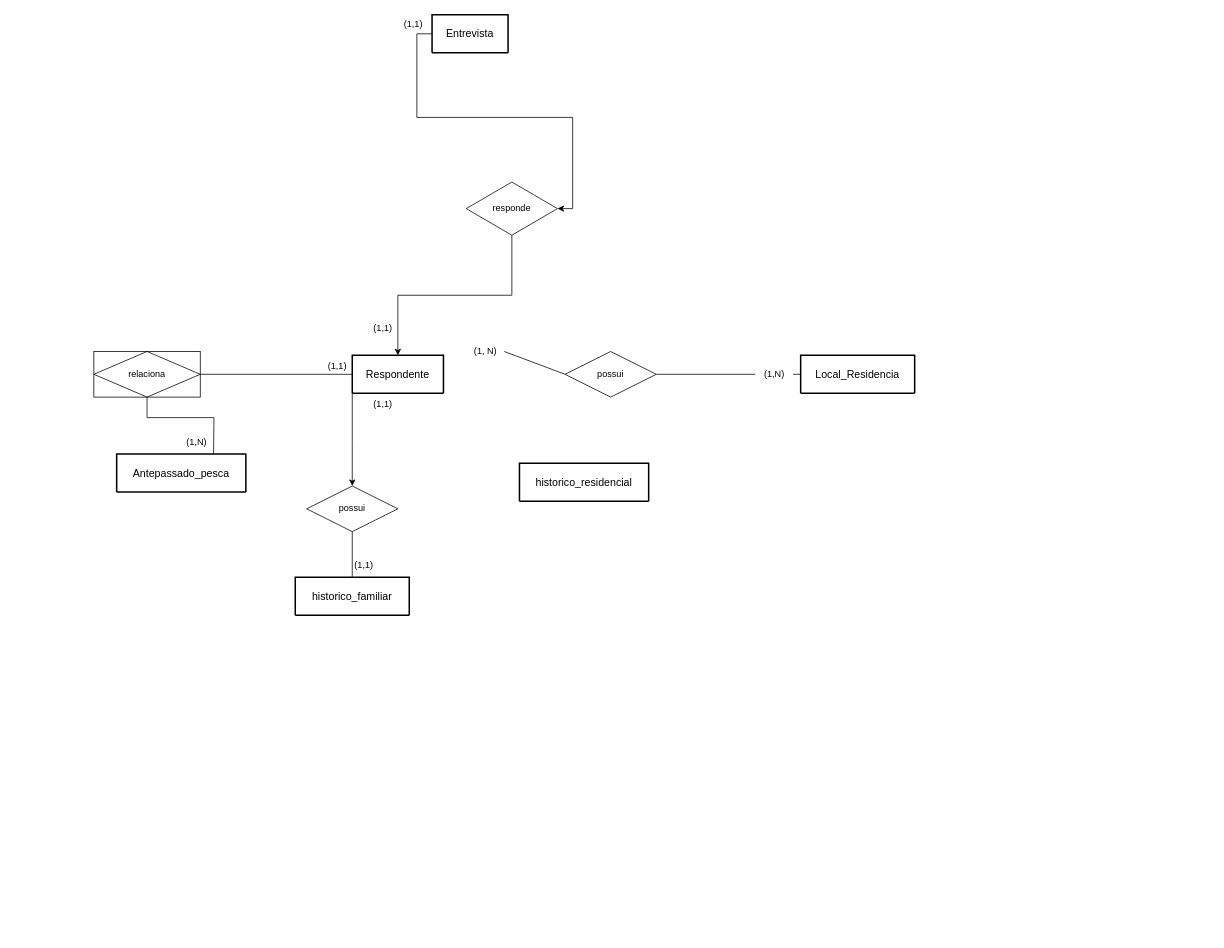
Above: mer_1.drawio in larisard/mer (draw.io), before the change. Source tidied: cells renumbered, new cells numbered last; positions are measured from the earlier drawing's top-left corner, leaving out a move shared by most shapes. Both pictures are drawn from the tidied source at 76%, with x=0, y=0 at pixel (93, 13).
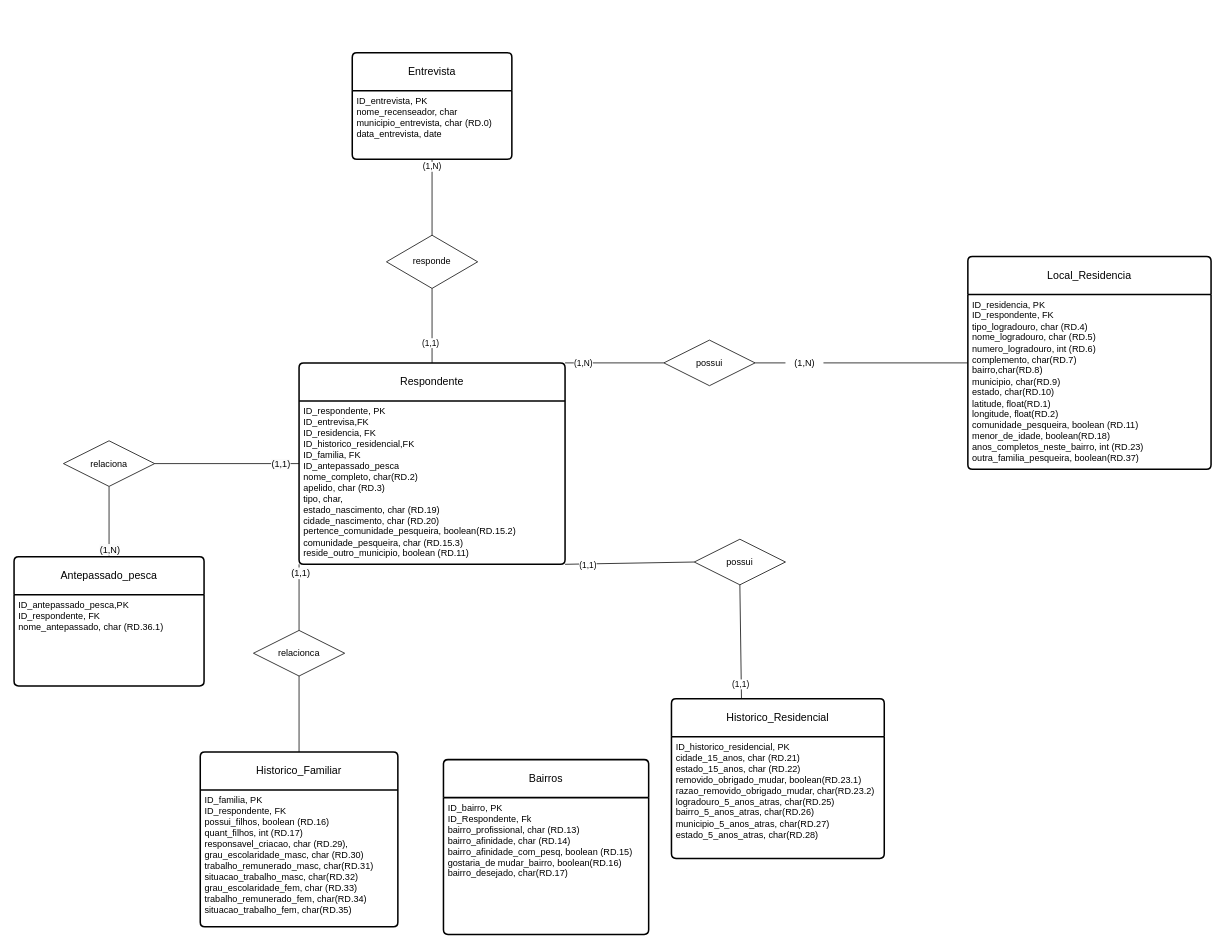
Above is the later version.

Unchanged cells that the change refers to:
```xml
<mxCell id="20" style="endArrow=none;html=1;rounded=0;entryX=0;entryY=0.5;entryDx=0;entryDy=0;exitX=1;exitY=0.5;exitDx=0;exitDy=0;" parent="1" edge="1" source="15" target="3">
  <mxGeometry relative="1" as="geometry" />
</mxCell>
```

What changed in the source:
```diff
@@
-    <mxCell id="2" style="edgeStyle=none;rounded=0;jettySize=auto;html=1;exitX=0;exitY=1;exitDx=0;exitDy=0;entryX=0.5;entryY=0;entryDx=0;entryDy=0;" parent="1" edge="1" source="3" target="17">
-      <mxGeometry relative="1" as="geometry">
-        <Array as="points">
-          <mxPoint x="340" y="562" />
-        </Array>
-      </mxGeometry>
-    </mxCell>
-    <mxCell id="3" value="Respondente" style="swimlane;horizontal=1;startSize=50;rounded=1;fontSize=14;fontStyle=0;strokeWidth=2;shadow=0;dashed=0;align=center;arcSize=4;whiteSpace=wrap;html=1;" parent="1" vertex="1" collapsed="1">
-      <mxGeometry x="340" y="450" width="120" height="50" as="geometry" />
+    <mxCell id="3" value="Respondente" style="swimlane;horizontal=1;startSize=50;rounded=1;fontSize=14;fontStyle=0;strokeWidth=2;shadow=0;dashed=0;align=center;arcSize=4;whiteSpace=wrap;html=1;" parent="1" vertex="1">
+      <mxGeometry x="270" y="460" width="350" height="265" as="geometry" />
     </mxCell>
-    <mxCell id="4" style="edgeStyle=orthogonalEdgeStyle;rounded=0;jettySize=auto;html=1;exitX=0;exitY=0.5;exitDx=0;exitDy=0;entryX=1;entryY=0.5;entryDx=0;entryDy=0;" parent="1" edge="1" source="5" target="7">
-      <mxGeometry relative="1" as="geometry" />
-    </mxCell>
+    <mxCell id="29" value="ID_respondente, PK&lt;div&gt;ID_entrevisa,FK&lt;/div&gt;&lt;div&gt;ID_residencia, FK&lt;/div&gt;&lt;div&gt;ID_historico_residencial,FK&lt;/div&gt;&lt;div&gt;ID_familia, FK&lt;/div&gt;&lt;div&gt;ID_antepassado_pesca&lt;br&gt;nome_completo, char(RD.2)&lt;br&gt;apelido, char (RD.3)&lt;div&gt;tipo, char,&lt;/div&gt;&lt;div&gt;&lt;span style=&quot;background-color: initial;&quot;&gt;estado_nascimento, char (RD.19)&lt;/span&gt;&lt;/div&gt;&lt;div&gt;&lt;span style=&quot;background-color: initial;&quot;&gt;cidade_nascimento, char (RD.20)&lt;/span&gt;&lt;/div&gt;&lt;div&gt;&lt;span style=&quot;background-color: initial;&quot;&gt;pertence_comunidade_pesqueira, boolean(RD.15.2)&lt;/span&gt;&lt;/div&gt;&lt;div&gt;&lt;span style=&quot;background-color: initial;&quot;&gt;comunidade_pesqueira, char (&lt;/span&gt;&lt;span style=&quot;background-color: initial;&quot;&gt;RD.15.3)&lt;/span&gt;&lt;/div&gt;&lt;div&gt;reside_outro_municipio, boolean (RD.11)&lt;/div&gt;&lt;div&gt;&lt;br&gt;&lt;/div&gt;&lt;div&gt;&lt;br&gt;&lt;/div&gt;&lt;/div&gt;" style="align=left;strokeColor=none;fillColor=none;spacingLeft=4;fontSize=12;verticalAlign=top;html=1;" parent="3" vertex="1">
+      <mxGeometry y="50" width="350" height="215" as="geometry" />
+    </mxCell>
-    <mxCell id="5" value="Entrevista" style="swimlane;horizontal=1;startSize=50;rounded=1;fontSize=14;fontStyle=0;strokeWidth=2;shadow=0;dashed=0;align=center;arcSize=4;whiteSpace=wrap;html=1;" parent="1" vertex="1" collapsed="1">
-      <mxGeometry x="445" y="2" width="100" height="50" as="geometry" />
+    <mxCell id="5" value="Entrevista" style="swimlane;horizontal=1;startSize=50;rounded=1;fontSize=14;fontStyle=0;strokeWidth=2;shadow=0;dashed=0;align=center;arcSize=4;whiteSpace=wrap;html=1;" parent="1" vertex="1">
+      <mxGeometry x="340" y="52" width="210" height="140" as="geometry" />
     </mxCell>
-    <mxCell id="6" style="edgeStyle=orthogonalEdgeStyle;rounded=0;jettySize=auto;html=1;exitX=0.5;exitY=1;exitDx=0;exitDy=0;entryX=0.5;entryY=0;entryDx=0;entryDy=0;" parent="1" edge="1" source="7" target="3">
-      <mxGeometry relative="1" as="geometry" />
-    </mxCell>
+    <mxCell id="30" value="ID_entrevista, PK&lt;br&gt;nome_recenseador, char&lt;br&gt;&lt;div&gt;municipio_entrevista, char (RD.0)&lt;/div&gt;&lt;div&gt;data_entrevista, date&lt;/div&gt;" style="align=left;strokeColor=none;fillColor=none;spacingLeft=4;fontSize=12;verticalAlign=top;html=1;" parent="5" vertex="1">
+      <mxGeometry y="50" width="210" height="90" as="geometry" />
+    </mxCell>
     <mxCell id="7" value="responde" style="shape=rhombus;perimeter=rhombusPerimeter;whiteSpace=wrap;html=1;align=center;" parent="1" vertex="1">
-      <mxGeometry x="490" y="222" width="120" height="70" as="geometry" />
+      <mxGeometry x="385" y="292" width="120" height="70" as="geometry" />
     </mxCell>
-    <mxCell id="8" value="Local_Residencia" style="swimlane;horizontal=1;startSize=50;rounded=1;fontSize=14;fontStyle=0;strokeWidth=2;shadow=0;dashed=0;align=center;arcSize=4;whiteSpace=wrap;html=1;" parent="1" vertex="1" collapsed="1">
-      <mxGeometry x="930" y="450" width="150" height="50" as="geometry" />
+    <mxCell id="8" value="Local_Residencia" style="swimlane;horizontal=1;startSize=50;rounded=1;fontSize=14;fontStyle=0;strokeWidth=2;shadow=0;dashed=0;align=center;arcSize=4;whiteSpace=wrap;html=1;" parent="1" vertex="1">
+      <mxGeometry x="1150" y="320" width="320" height="280" as="geometry" />
     </mxCell>
+    <mxCell id="31" value="ID_residencia, PK&lt;div&gt;ID_respondente, FK&lt;br&gt;tipo_logradouro, char (RD.4)&lt;br&gt;nome_logradouro, char (RD.5)&lt;div&gt;numero_logradouro, int (RD.6)&lt;/div&gt;&lt;div&gt;complemento, char(RD.7)&lt;/div&gt;&lt;div&gt;bairro,char(RD.8)&lt;/div&gt;&lt;div&gt;municipio, char&lt;span style=&quot;background-color: initial;&quot;&gt;(RD.9)&lt;/span&gt;&lt;/div&gt;&lt;div&gt;estado, char&lt;span style=&quot;background-color: initial;&quot;&gt;(RD.10)&lt;/span&gt;&lt;/div&gt;&lt;div&gt;latitude, float&lt;span style=&quot;background-color: initial;&quot;&gt;(RD.1)&lt;/span&gt;&lt;/div&gt;&lt;div&gt;longitude, float&lt;span style=&quot;background-color: initial;&quot;&gt;(RD.2)&lt;/span&gt;&lt;/div&gt;&lt;div&gt;&lt;span style=&quot;background-color: initial;&quot;&gt;comunidade_pesqueira, boolean (RD.11)&lt;/span&gt;&lt;/div&gt;&lt;div&gt;&lt;span style=&quot;background-color: initial;&quot;&gt;menor_de_idade, boolean(RD.18)&lt;/span&gt;&lt;/div&gt;&lt;div&gt;&lt;span style=&quot;background-color: initial;&quot;&gt;anos_completos_neste_bairro, int (RD.23)&lt;/span&gt;&lt;/div&gt;&lt;div&gt;&lt;span style=&quot;background-color: initial;&quot;&gt;outra_familia_pesqueira, boolean(RD.37)&lt;/span&gt;&lt;/div&gt;&lt;div&gt;&lt;br&gt;&lt;/div&gt;&lt;div&gt;&lt;br&gt;&lt;/div&gt;&lt;div&gt;&lt;br&gt;&lt;/div&gt;&lt;/div&gt;" style="align=left;strokeColor=none;fillColor=none;spacingLeft=4;fontSize=12;verticalAlign=top;html=1;" parent="8" vertex="1">
+      <mxGeometry y="50" width="320" height="230" as="geometry" />
+    </mxCell>
-    <mxCell id="9" value="historico_familiar" style="swimlane;horizontal=1;startSize=50;rounded=1;fontSize=14;fontStyle=0;strokeWidth=2;shadow=0;dashed=0;align=center;arcSize=4;whiteSpace=wrap;html=1;" parent="1" vertex="1" collapsed="1">
-      <mxGeometry x="265" y="742" width="150" height="50" as="geometry" />
+    <mxCell id="9" value="Historico_Familiar" style="swimlane;horizontal=1;startSize=50;rounded=1;fontSize=14;fontStyle=0;strokeWidth=2;shadow=0;dashed=0;align=center;arcSize=4;whiteSpace=wrap;html=1;" parent="1" vertex="1">
+      <mxGeometry x="140" y="972" width="260" height="230" as="geometry" />
     </mxCell>
+    <mxCell id="32" value="ID_familia, PK&lt;div&gt;ID_respondente, FK&lt;/div&gt;&lt;div&gt;&lt;div&gt;possui_filhos, boolean (RD.16)&lt;/div&gt;&lt;div&gt;quant_filhos, int (RD.17)&lt;/div&gt;&lt;div&gt;responsavel_criacao, char (RD.29),&amp;nbsp;&lt;/div&gt;&lt;div&gt;&lt;span style=&quot;background-color: initial;&quot;&gt;grau_escolaridade_masc, char (RD.30)&lt;/span&gt;&lt;/div&gt;&lt;div&gt;&lt;span style=&quot;background-color: initial;&quot;&gt;trabalho_remunerado_masc, char(RD.31)&lt;/span&gt;&lt;/div&gt;&lt;div&gt;&lt;span style=&quot;background-color: initial;&quot;&gt;situacao_trabalho_masc, char(RD.32)&lt;/span&gt;&lt;/div&gt;&lt;div&gt;&lt;div&gt;&lt;span style=&quot;background-color: initial;&quot;&gt;grau_escolaridade_fem, char (RD.33&lt;/span&gt;&lt;span style=&quot;background-color: initial;&quot;&gt;)&lt;/span&gt;&lt;/div&gt;&lt;/div&gt;&lt;div&gt;&lt;div&gt;&lt;span style=&quot;background-color: initial;&quot;&gt;trabalho_remunerado_fem, char(RD.34)&lt;/span&gt;&lt;/div&gt;&lt;div&gt;&lt;/div&gt;&lt;/div&gt;&lt;div&gt;&lt;div&gt;&lt;span style=&quot;background-color: initial;&quot;&gt;situacao_trabalho_fem, char(RD.35)&lt;/span&gt;&lt;/div&gt;&lt;div&gt;&lt;span style=&quot;background-color: initial;&quot;&gt;&lt;br&gt;&lt;/span&gt;&lt;/div&gt;&lt;div&gt;&lt;/div&gt;&lt;/div&gt;&lt;/div&gt;" style="align=left;strokeColor=none;fillColor=none;spacingLeft=4;fontSize=12;verticalAlign=top;html=1;" parent="9" vertex="1">
+      <mxGeometry y="50" width="260" height="180" as="geometry" />
+    </mxCell>
+    <mxCell id="33" style="edgeStyle=orthogonalEdgeStyle;rounded=0;orthogonalLoop=1;jettySize=auto;html=1;exitX=0.5;exitY=1;exitDx=0;exitDy=0;" parent="9" edge="1" source="32" target="32">
+      <mxGeometry relative="1" as="geometry" />
+    </mxCell>
-    <mxCell id="10" value="historico_residencial" style="swimlane;horizontal=1;startSize=50;rounded=1;fontSize=14;fontStyle=0;strokeWidth=2;shadow=0;dashed=0;align=center;arcSize=4;whiteSpace=wrap;html=1;" parent="1" vertex="1" collapsed="1">
-      <mxGeometry x="560" y="592" width="170" height="50" as="geometry" />
+    <mxCell id="10" value="Historico_Residencial" style="swimlane;horizontal=1;startSize=50;rounded=1;fontSize=14;fontStyle=0;strokeWidth=2;shadow=0;dashed=0;align=center;arcSize=4;whiteSpace=wrap;html=1;" parent="1" vertex="1">
+      <mxGeometry x="760" y="902" width="280" height="210" as="geometry" />
     </mxCell>
+    <mxCell id="34" value="&lt;div&gt;ID_historico_residencial, PK&lt;/div&gt;&lt;div&gt;cidade_15_anos, char (RD.21)&lt;/div&gt;&lt;div&gt;estado_15_anos, char (RD.22)&lt;/div&gt;&lt;div&gt;removido_obrigado_mudar, boolean(RD.23.1)&lt;/div&gt;&lt;div&gt;razao_removido_obrigado_mudar, char(RD.23.2)&lt;/div&gt;&lt;div&gt;logradouro_5_anos_atras, char(RD.25)&lt;/div&gt;&lt;div&gt;bairro_5_anos_atras, char(RD.26)&lt;/div&gt;&lt;div&gt;&lt;div&gt;municipio_5_anos_atras, char(RD.27)&lt;/div&gt;&lt;div&gt;estado&lt;span style=&quot;background-color: initial;&quot;&gt;_5_anos_atras, char(RD.28)&lt;/span&gt;&lt;/div&gt;&lt;div&gt;&lt;br&gt;&lt;/div&gt;&lt;div&gt;&lt;br&gt;&lt;/div&gt;&lt;/div&gt;&lt;div&gt;&lt;br&gt;&lt;/div&gt;&lt;div&gt;&lt;br&gt;&lt;/div&gt;&lt;div&gt;&lt;br&gt;&lt;/div&gt;" style="align=left;strokeColor=none;fillColor=none;spacingLeft=4;fontSize=12;verticalAlign=top;html=1;" parent="10" vertex="1">
+      <mxGeometry y="50" width="280" height="160" as="geometry" />
+    </mxCell>
-    <mxCell id="11" value="Antepassado_pesca" style="swimlane;horizontal=1;startSize=50;rounded=1;fontSize=14;fontStyle=0;strokeWidth=2;shadow=0;dashed=0;align=center;arcSize=4;whiteSpace=wrap;html=1;" parent="1" vertex="1" collapsed="1">
-      <mxGeometry x="30" y="580" width="170" height="50" as="geometry" />
+    <mxCell id="11" value="Antepassado_pesca" style="swimlane;horizontal=1;startSize=50;rounded=1;fontSize=14;fontStyle=0;strokeWidth=2;shadow=0;dashed=0;align=center;arcSize=4;whiteSpace=wrap;html=1;" parent="1" vertex="1">
+      <mxGeometry x="-105" y="715" width="250" height="170" as="geometry" />
     </mxCell>
-    <mxCell id="12" value="(1,1)" style="text;html=1;align=center;verticalAlign=middle;strokeColor=none;fillColor=none;" parent="1" vertex="1">
-      <mxGeometry x="355" y="400" width="50" height="30" as="geometry" />
-    </mxCell>
-    <mxCell id="13" value="(1,1)" style="text;html=1;align=center;verticalAlign=middle;strokeColor=none;fillColor=none;" parent="1" vertex="1">
-      <mxGeometry x="395" width="50" height="30" as="geometry" />
-    </mxCell>
-    <mxCell id="14" value="(1,N)" style="text;html=1;align=center;verticalAlign=middle;strokeColor=none;fillColor=none;" parent="1" vertex="1">
-      <mxGeometry x="110" y="550" width="50" height="30" as="geometry" />
-    </mxCell>
-    <mxCell id="15" value="relaciona" style="shape=associativeEntity;whiteSpace=wrap;html=1;align=center;" parent="1" vertex="1">
-      <mxGeometry y="445" width="140" height="60" as="geometry" />
-    </mxCell>
+    <mxCell id="35" value="ID_antepassado_pesca,PK&lt;div&gt;ID_respondente, FK&lt;/div&gt;&lt;div&gt;nome_antepassado, char (RD.36.1)&lt;/div&gt;&lt;div&gt;&lt;br&gt;&lt;div&gt;&lt;br&gt;&lt;/div&gt;&lt;/div&gt;" style="align=left;strokeColor=none;fillColor=none;spacingLeft=4;fontSize=12;verticalAlign=top;html=1;" parent="11" vertex="1">
+      <mxGeometry y="50" width="250" height="120" as="geometry" />
+    </mxCell>
     <mxCell id="16" value="possui" style="shape=rhombus;perimeter=rhombusPerimeter;whiteSpace=wrap;html=1;align=center;" parent="1" vertex="1">
-      <mxGeometry x="620" y="445" width="120" height="60" as="geometry" />
+      <mxGeometry x="750" y="430" width="120" height="60" as="geometry" />
     </mxCell>
-    <mxCell id="17" value="possui" style="shape=rhombus;perimeter=rhombusPerimeter;whiteSpace=wrap;html=1;align=center;" parent="1" vertex="1">
-      <mxGeometry x="280" y="622" width="120" height="60" as="geometry" />
+    <mxCell id="17" value="relacionca" style="shape=rhombus;perimeter=rhombusPerimeter;whiteSpace=wrap;html=1;align=center;" parent="1" vertex="1">
+      <mxGeometry x="210" y="812" width="120" height="60" as="geometry" />
     </mxCell>
-    <mxCell id="18" value="(1,1)" style="text;html=1;align=center;verticalAlign=middle;strokeColor=none;fillColor=none;" parent="1" vertex="1">
-      <mxGeometry x="355" y="500" width="50" height="30" as="geometry" />
-    </mxCell>
-    <mxCell id="19" value="(1,1)" style="text;html=1;align=center;verticalAlign=middle;strokeColor=none;fillColor=none;" parent="1" vertex="1">
-      <mxGeometry x="330" y="712" width="50" height="30" as="geometry" />
-    </mxCell>
@@
-    <mxCell id="21" value="(1,1)" style="text;html=1;align=center;verticalAlign=middle;strokeColor=none;fillColor=none;" parent="1" vertex="1">
-      <mxGeometry x="295" y="450" width="50" height="30" as="geometry" />
-    </mxCell>
+    <mxCell id="36" value="&lt;span style=&quot;font-size: 12px; background-color: rgb(251, 251, 251);&quot;&gt;(1,1)&lt;/span&gt;" style="edgeLabel;html=1;align=center;verticalAlign=middle;" parent="20" vertex="1">
+      <mxGeometry x="0.74" y="-1" relative="1" as="geometry" />
+    </mxCell>
@@
-    <mxCell id="23" style="endArrow=none;html=1;rounded=0;entryX=0;entryY=0.5;entryDx=0;entryDy=0;exitX=1;exitY=0.5;exitDx=0;exitDy=0;" parent="1" edge="1" source="28" target="16">
+    <mxCell id="23" style="endArrow=none;html=1;rounded=0;entryX=0;entryY=0.5;entryDx=0;entryDy=0;exitX=1;exitY=0;exitDx=0;exitDy=0;" parent="1" edge="1" source="3" target="16">
       <mxGeometry relative="1" as="geometry" />
     </mxCell>
+    <mxCell id="37" value="(1,N)" style="edgeLabel;html=1;align=center;verticalAlign=middle;" parent="23" vertex="1">
+      <mxGeometry x="-0.64" relative="1" as="geometry" />
+    </mxCell>
-    <mxCell id="24" style="endArrow=none;html=1;rounded=0;exitX=0.5;exitY=1;exitDx=0;exitDy=0;entryX=0.75;entryY=0;entryDx=0;entryDy=0;" parent="1" edge="1" source="15" target="11">
-      <mxGeometry relative="1" as="geometry">
-        <Array as="points">
-          <mxPoint x="70" y="532" />
-          <mxPoint x="158" y="532" />
-        </Array>
-      </mxGeometry>
+    <mxCell id="24" style="endArrow=none;html=1;rounded=0;exitX=0.5;exitY=1;exitDx=0;exitDy=0;entryX=0.5;entryY=0;entryDx=0;entryDy=0;" parent="1" edge="1" source="15" target="11">
+      <mxGeometry relative="1" as="geometry" />
     </mxCell>
+    <mxCell id="38" value="&lt;span style=&quot;font-size: 12px; background-color: rgb(251, 251, 251);&quot;&gt;(1,N)&lt;/span&gt;" style="edgeLabel;html=1;align=center;verticalAlign=middle;" parent="24" vertex="1">
+      <mxGeometry x="0.8" relative="1" as="geometry" />
+    </mxCell>
-    <mxCell id="25" style="endArrow=none;html=1;rounded=0;entryX=0.5;entryY=0;entryDx=0;entryDy=0;" parent="1" edge="1" target="9">
-      <mxGeometry relative="1" as="geometry">
-        <mxPoint x="340" y="682" as="sourcePoint" />
-        <Array as="points">
-          <mxPoint x="340" y="722" />
-        </Array>
-      </mxGeometry>
+    <mxCell id="25" style="endArrow=none;html=1;rounded=0;entryX=0.5;entryY=0;entryDx=0;entryDy=0;exitX=0.5;exitY=1;exitDx=0;exitDy=0;" parent="1" edge="1" source="17" target="9">
+      <mxGeometry relative="1" as="geometry" />
     </mxCell>
@@
     <mxCell id="27" value="(1,N)" style="text;html=1;align=center;verticalAlign=middle;points=[];strokeColor=none;fillColor=none;" parent="1" vertex="1">
-      <mxGeometry x="870" y="460" width="50" height="30" as="geometry" />
+      <mxGeometry x="910" y="445" width="50" height="30" as="geometry" />
     </mxCell>
-    <mxCell id="28" value="(1, N)" style="text;html=1;align=center;verticalAlign=middle;points=[];strokeColor=none;fillColor=none;" parent="1" vertex="1">
-      <mxGeometry x="490" y="430" width="50" height="30" as="geometry" />
-    </mxCell>
+    <mxCell id="4" style="endArrow=none;html=1;rounded=0;entryX=0.5;entryY=0;entryDx=0;entryDy=0;exitX=0.5;exitY=1;exitDx=0;exitDy=0;" parent="1" edge="1" source="5" target="7">
+      <mxGeometry relative="1" as="geometry" />
+    </mxCell>
+    <mxCell id="39" value="(1,N)" style="edgeLabel;html=1;align=center;verticalAlign=middle;" parent="4" vertex="1">
+      <mxGeometry x="-0.82" y="-1" relative="1" as="geometry" />
+    </mxCell>
+    <mxCell id="6" style="endArrow=none;html=1;rounded=0;entryX=0.5;entryY=0;entryDx=0;entryDy=0;" parent="1" edge="1" source="7" target="3">
+      <mxGeometry relative="1" as="geometry" />
+    </mxCell>
+    <mxCell id="40" value="(1,1)" style="edgeLabel;html=1;align=center;verticalAlign=middle;" parent="6" vertex="1">
+      <mxGeometry x="0.45" y="-3" relative="1" as="geometry" />
+    </mxCell>
+    <mxCell id="41" style="endArrow=none;html=1;rounded=0;entryX=1;entryY=1;entryDx=0;entryDy=0;exitX=0;exitY=0.5;exitDx=0;exitDy=0;" parent="1" edge="1" source="43" target="3">
+      <mxGeometry relative="1" as="geometry" />
+    </mxCell>
+    <mxCell id="42" value="(1,1)" style="edgeLabel;html=1;align=center;verticalAlign=middle;" parent="41" vertex="1">
+      <mxGeometry x="0.66" relative="1" as="geometry">
+        <mxPoint y="1" as="offset" />
+      </mxGeometry>
+    </mxCell>
+    <mxCell id="43" value="possui" style="shape=rhombus;perimeter=rhombusPerimeter;whiteSpace=wrap;html=1;align=center;" parent="1" vertex="1">
+      <mxGeometry x="790" y="692" width="120" height="60" as="geometry" />
+    </mxCell>
+    <mxCell id="44" style="endArrow=none;html=1;rounded=0;exitX=0.5;exitY=0;exitDx=0;exitDy=0;entryX=0;entryY=1;entryDx=0;entryDy=0;" parent="1" edge="1" source="17" target="3">
+      <mxGeometry relative="1" as="geometry" />
+    </mxCell>
+    <mxCell id="45" value="&lt;span style=&quot;font-size: 12px; background-color: rgb(251, 251, 251);&quot;&gt;(1,1)&lt;/span&gt;" style="edgeLabel;html=1;align=center;verticalAlign=middle;" parent="44" vertex="1">
+      <mxGeometry x="0.74" y="-1" relative="1" as="geometry" />
+    </mxCell>
+    <mxCell id="46" style="endArrow=none;html=1;rounded=0;entryX=0.5;entryY=1;entryDx=0;entryDy=0;exitX=0.329;exitY=0;exitDx=0;exitDy=0;exitPerimeter=0;" parent="1" edge="1" source="10" target="43">
+      <mxGeometry relative="1" as="geometry" />
+    </mxCell>
+    <mxCell id="47" value="(1,1)" style="edgeLabel;html=1;align=center;verticalAlign=middle;" parent="46" vertex="1">
+      <mxGeometry x="-0.74" y="1" relative="1" as="geometry" />
+    </mxCell>
+    <mxCell id="15" value="relaciona" style="shape=rhombus;perimeter=rhombusPerimeter;whiteSpace=wrap;html=1;align=center;" parent="1" vertex="1">
+      <mxGeometry x="-40" y="562.5" width="120" height="60" as="geometry" />
+    </mxCell>
+    <mxCell id="48" value="Bairros" style="swimlane;horizontal=1;startSize=50;rounded=1;fontSize=14;fontStyle=0;strokeWidth=2;shadow=0;dashed=0;align=center;arcSize=4;whiteSpace=wrap;html=1;" parent="1" vertex="1">
+      <mxGeometry x="460" y="982" width="270" height="230" as="geometry" />
+    </mxCell>
+    <mxCell id="49" value="ID_bairro, PK&lt;div&gt;ID_Respondente, Fk&lt;/div&gt;&lt;div&gt;bairro_profissional, char (RD.13&lt;span style=&quot;background-color: initial;&quot;&gt;)&lt;/span&gt;&lt;/div&gt;&lt;div&gt;&lt;span style=&quot;background-color: initial;&quot;&gt;bairro_afinidade, char (RD.14)&lt;/span&gt;&lt;/div&gt;&lt;div&gt;bairro_afinidade_com_pesq, boolean (RD.15)&lt;/div&gt;&lt;div&gt;gostaria_de mudar_bairro, boolean(RD.16)&lt;/div&gt;&lt;div&gt;bairro_desejado, char(RD.17)&lt;/div&gt;&lt;div&gt;&lt;br&gt;&lt;/div&gt;" style="align=left;strokeColor=none;fillColor=none;spacingLeft=4;fontSize=12;verticalAlign=top;html=1;" parent="48" vertex="1">
+      <mxGeometry y="50" width="270" height="180" as="geometry" />
+    </mxCell>
```
